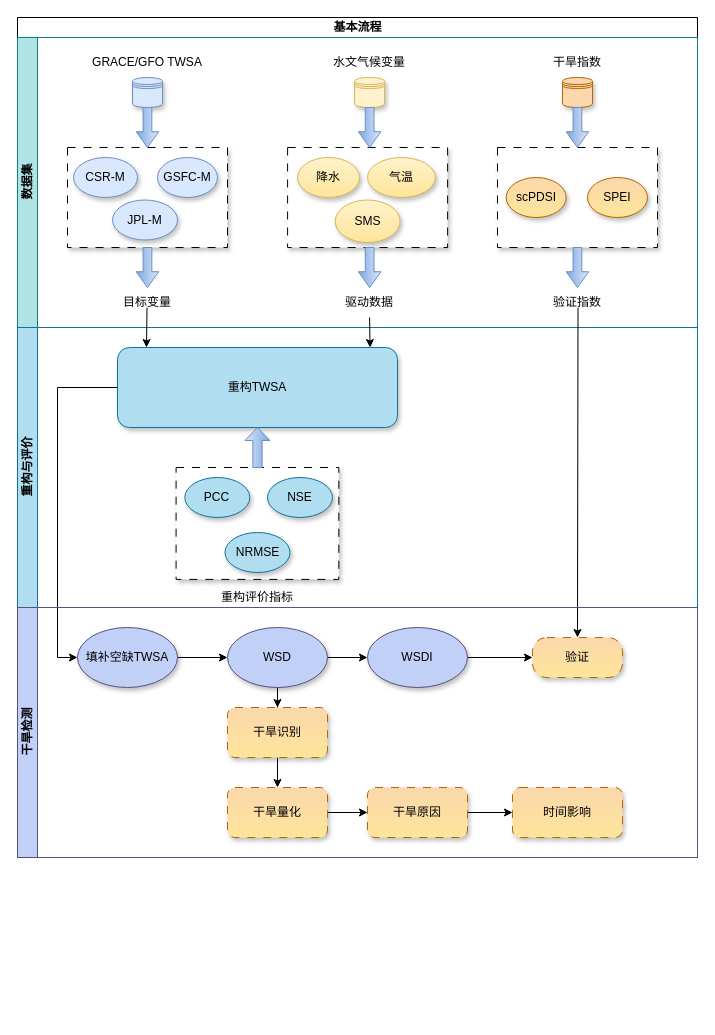
Above: 未命名绘图.drawio in lesmorts/Notes (draw.io), before the change. Source tidied: cells renumbered, new cells numbered last; positions are measured from the earlier drawing's top-left corner, leaving out a move shared by most shapes. Both pictures are drawn from the tidied source at 100%, with x=0, y=0 at pixel (17, 17).
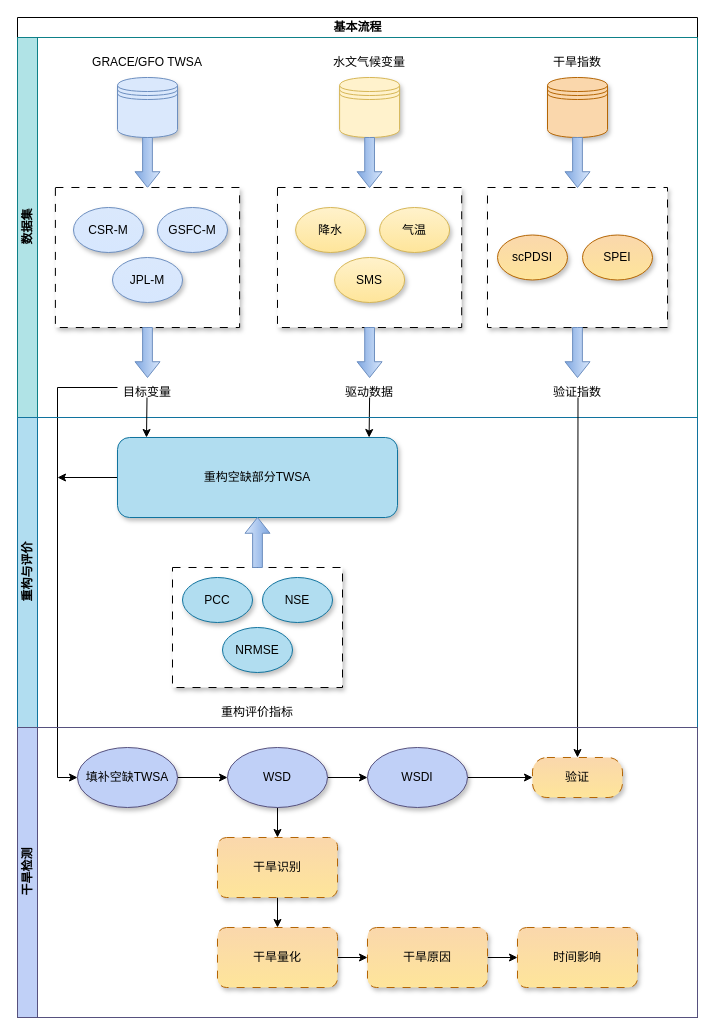
After the change.

Commit message:
已添加 未命名绘图.drawio

The change refers to these unchanged cells:
```xml
<mxCell id="44" value="填补空缺TWSA" style="ellipse;whiteSpace=wrap;html=1;fillColor=#c0d0f7;strokeColor=#56517e;align=center;verticalAlign=middle;fontFamily=Helvetica;fontSize=12;shadow=1;fontStyle=0;fontColor=default;" parent="41" vertex="1">
  <mxGeometry x="60" y="20" width="100" height="60" as="geometry" />
</mxCell>
```

The edit, as a diff of the source:
```diff
@@
     <mxCell id="2" value="基本流程" style="swimlane;horizontal=1;startSize=20;html=1;" parent="1" vertex="1">
-      <mxGeometry width="680" height="840" as="geometry" />
+      <mxGeometry width="680" height="1000" as="geometry" />
     </mxCell>
     <mxCell id="3" value="数据集" style="swimlane;startSize=20;horizontal=0;html=1;swimlaneFillColor=none;fillColor=#b0e3e6;strokeColor=#0e8088;" parent="2" vertex="1">
-      <mxGeometry y="20" width="680" height="290" as="geometry" />
+      <mxGeometry y="20" width="680" height="380" as="geometry" />
     </mxCell>
     <mxCell id="4" style="shape=datastore;whiteSpace=wrap;html=1;fillColor=#dae8fc;strokeColor=#6c8ebf;shadow=1;" parent="3" vertex="1">
-      <mxGeometry x="115" y="40" width="30" height="30" as="geometry" />
+      <mxGeometry x="100" y="40" width="60" height="60" as="geometry" />
     </mxCell>
@@
     <mxCell id="6" style="shape=datastore;whiteSpace=wrap;html=1;fillColor=#fff2cc;strokeColor=#d6b656;shadow=1;" parent="3" vertex="1">
-      <mxGeometry x="337.1" y="40" width="30" height="30" as="geometry" />
+      <mxGeometry x="322.1" y="40" width="60" height="60" as="geometry" />
     </mxCell>
@@
     <mxCell id="8" style="shape=datastore;whiteSpace=wrap;html=1;fillColor=#fad7ac;strokeColor=#b46504;shadow=1;" parent="3" vertex="1">
-      <mxGeometry x="545" y="40" width="30" height="30" as="geometry" />
+      <mxGeometry x="530" y="40" width="60" height="60" as="geometry" />
     </mxCell>
@@
     <mxCell id="10" style="html=1;shadow=0;dashed=0;align=center;verticalAlign=middle;shape=mxgraph.arrows2.arrow;dy=0.61;dx=15.76;direction=south;notch=0;fillColor=#dae8fc;strokeColor=#6c8ebf;gradientColor=#7ea6e0;" parent="3" vertex="1">
-      <mxGeometry x="118.7" y="70" width="22.5" height="40" as="geometry" />
+      <mxGeometry x="117.5" y="100" width="25" height="50" as="geometry" />
     </mxCell>
     <mxCell id="11" style="rounded=0;whiteSpace=wrap;html=1;arcSize=15;glass=0;dashed=1;dashPattern=8 8;shadow=1;" parent="3" vertex="1">
-      <mxGeometry x="50" y="110" width="160" height="100" as="geometry" />
+      <mxGeometry x="37.9" y="150" width="184.2" height="140" as="geometry" />
     </mxCell>
     <mxCell id="12" value="CSR-M" style="ellipse;whiteSpace=wrap;html=1;fillColor=#dae8fc;gradientColor=#d7e7fe;strokeColor=#6c8ebf;align=center;verticalAlign=middle;fontFamily=Helvetica;fontSize=12;fontColor=default;shadow=1;" parent="3" vertex="1">
-      <mxGeometry x="56" y="120" width="64" height="40" as="geometry" />
+      <mxGeometry x="56" y="170" width="70" height="45" as="geometry" />
     </mxCell>
-    <mxCell id="13" value="GSFC-M" style="ellipse;whiteSpace=wrap;html=1;fillColor=#dae8fc;gradientColor=#d7e7fe;strokeColor=#6c8ebf;shadow=1;align=center;verticalAlign=middle;fontFamily=Helvetica;fontSize=12;fontColor=default;" parent="3" vertex="1">
-      <mxGeometry x="140" y="120" width="60" height="40" as="geometry" />
+    <mxCell id="13" value="GSFC-M" style="ellipse;whiteSpace=wrap;html=1;fillColor=#dae8fc;gradientColor=#d7e7fe;strokeColor=#6c8ebf;shadow=1;" parent="3" vertex="1">
+      <mxGeometry x="140" y="170" width="70" height="45" as="geometry" />
     </mxCell>
     <mxCell id="14" value="JPL-M" style="ellipse;whiteSpace=wrap;html=1;gradientColor=#d7e7fe;fillColor=#dae8fc;strokeColor=#6c8ebf;align=center;verticalAlign=middle;fontFamily=Helvetica;fontSize=12;fontColor=default;shadow=1;" parent="3" vertex="1">
-      <mxGeometry x="95" y="162.5" width="65" height="40" as="geometry" />
+      <mxGeometry x="95" y="220" width="70" height="45" as="geometry" />
     </mxCell>
     <mxCell id="15" style="rounded=0;whiteSpace=wrap;html=1;arcSize=15;glass=0;dashed=1;dashPattern=8 8;shadow=1;" parent="3" vertex="1">
-      <mxGeometry x="270.1" y="110" width="160" height="100" as="geometry" />
+      <mxGeometry x="260" y="150" width="184.2" height="140" as="geometry" />
     </mxCell>
     <mxCell id="16" value="降水" style="ellipse;whiteSpace=wrap;html=1;fillColor=#fff2cc;gradientColor=#fee59a;strokeColor=#d6b656;align=center;verticalAlign=middle;fontFamily=Helvetica;fontSize=12;shadow=1;fontColor=default;" parent="3" vertex="1">
-      <mxGeometry x="280.1" y="120" width="61.9" height="40" as="geometry" />
+      <mxGeometry x="278.1" y="170" width="70" height="45" as="geometry" />
     </mxCell>
     <mxCell id="17" value="气温" style="ellipse;whiteSpace=wrap;html=1;fillColor=#fff2cc;gradientColor=#fee59a;strokeColor=#d6b656;shadow=1;align=center;verticalAlign=middle;fontFamily=Helvetica;fontSize=12;fontColor=default;" parent="3" vertex="1">
-      <mxGeometry x="350" y="120" width="67.9" height="40" as="geometry" />
+      <mxGeometry x="362.1" y="170" width="70" height="45" as="geometry" />
     </mxCell>
     <mxCell id="18" value="SMS" style="ellipse;whiteSpace=wrap;html=1;gradientColor=#fee59a;fillColor=#fff2cc;strokeColor=#d6b656;align=center;verticalAlign=middle;fontFamily=Helvetica;fontSize=12;fontColor=default;shadow=1;" parent="3" vertex="1">
-      <mxGeometry x="317.7" y="162.5" width="64.9" height="42.5" as="geometry" />
+      <mxGeometry x="317.1" y="220" width="70" height="45" as="geometry" />
     </mxCell>
     <mxCell id="19" style="rounded=0;whiteSpace=wrap;html=1;arcSize=15;glass=0;dashed=1;dashPattern=8 8;shadow=1;" parent="3" vertex="1">
-      <mxGeometry x="480" y="110" width="160" height="100" as="geometry" />
+      <mxGeometry x="470" y="150" width="180" height="140" as="geometry" />
     </mxCell>
     <mxCell id="20" value="scPDSI" style="ellipse;whiteSpace=wrap;html=1;fillColor=#fad7ac;gradientColor=#fee59a;strokeColor=#b46504;align=center;verticalAlign=middle;fontFamily=Helvetica;fontSize=12;shadow=1;fontColor=default;" parent="3" vertex="1">
-      <mxGeometry x="488.7" y="140" width="60" height="40" as="geometry" />
+      <mxGeometry x="480" y="197.5" width="70" height="45" as="geometry" />
     </mxCell>
     <mxCell id="21" value="SPEI" style="ellipse;whiteSpace=wrap;html=1;gradientColor=#fee59a;fillColor=#fad7ac;strokeColor=#b46504;align=center;verticalAlign=middle;fontFamily=Helvetica;fontSize=12;fontColor=default;shadow=1;" parent="3" vertex="1">
-      <mxGeometry x="570" y="140" width="60" height="40" as="geometry" />
+      <mxGeometry x="565" y="197.5" width="70" height="45" as="geometry" />
     </mxCell>
+    <mxCell id="58" style="html=1;shadow=0;dashed=0;align=center;verticalAlign=middle;shape=mxgraph.arrows2.arrow;dy=0.61;dx=15.76;direction=south;notch=0;fillColor=#dae8fc;strokeColor=#6c8ebf;gradientColor=#7ea6e0;" parent="3" vertex="1">
+      <mxGeometry x="339.6" y="100" width="25" height="50" as="geometry" />
+    </mxCell>
+    <mxCell id="59" style="html=1;shadow=0;dashed=0;align=center;verticalAlign=middle;shape=mxgraph.arrows2.arrow;dy=0.61;dx=15.76;direction=south;notch=0;fillColor=#dae8fc;strokeColor=#6c8ebf;gradientColor=#7ea6e0;" parent="3" vertex="1">
+      <mxGeometry x="547.5" y="100" width="25" height="50" as="geometry" />
+    </mxCell>
+    <mxCell id="60" style="html=1;shadow=0;dashed=0;align=center;verticalAlign=middle;shape=mxgraph.arrows2.arrow;dy=0.61;dx=15.76;direction=south;notch=0;fillColor=#dae8fc;strokeColor=#6c8ebf;gradientColor=#7ea6e0;" parent="3" vertex="1">
+      <mxGeometry x="117.5" y="290" width="25" height="50" as="geometry" />
+    </mxCell>
+    <mxCell id="61" style="html=1;shadow=0;dashed=0;align=center;verticalAlign=middle;shape=mxgraph.arrows2.arrow;dy=0.61;dx=15.76;direction=south;notch=0;fillColor=#dae8fc;strokeColor=#6c8ebf;gradientColor=#7ea6e0;" parent="3" vertex="1">
+      <mxGeometry x="339.6" y="290" width="25" height="50" as="geometry" />
+    </mxCell>
+    <mxCell id="62" style="html=1;shadow=0;dashed=0;align=center;verticalAlign=middle;shape=mxgraph.arrows2.arrow;dy=0.61;dx=15.76;direction=south;notch=0;fillColor=#dae8fc;strokeColor=#6c8ebf;gradientColor=#7ea6e0;" parent="3" vertex="1">
+      <mxGeometry x="547.5" y="290" width="25" height="50" as="geometry" />
+    </mxCell>
     <mxCell id="22" value="目标变量" style="text;html=1;align=center;verticalAlign=middle;whiteSpace=wrap;rounded=0;" parent="3" vertex="1">
-      <mxGeometry x="100" y="250" width="60" height="30" as="geometry" />
+      <mxGeometry x="100" y="340" width="60" height="30" as="geometry" />
     </mxCell>
     <mxCell id="23" value="驱动数据" style="text;html=1;align=center;verticalAlign=middle;whiteSpace=wrap;rounded=0;" parent="3" vertex="1">
-      <mxGeometry x="322.1" y="250" width="60" height="30" as="geometry" />
+      <mxGeometry x="322.1" y="340" width="60" height="30" as="geometry" />
     </mxCell>
     <mxCell id="24" value="验证指数" style="text;html=1;align=center;verticalAlign=middle;whiteSpace=wrap;rounded=0;" parent="3" vertex="1">
-      <mxGeometry x="530" y="250" width="60" height="30" as="geometry" />
+      <mxGeometry x="530" y="340" width="60" height="30" as="geometry" />
     </mxCell>
+    <mxCell id="63" style="endArrow=classic;html=1;rounded=0;" parent="3" edge="1">
+      <mxGeometry relative="1" as="geometry">
+        <mxPoint x="352.1" y="360" as="sourcePoint" />
+        <mxPoint x="351.6" y="400" as="targetPoint" />
+      </mxGeometry>
+    </mxCell>
     <mxCell id="25" style="endArrow=classic;html=1;rounded=0;entryX=0;entryY=0.5;entryDx=0;entryDy=0;" parent="3" edge="1" target="44">
       <mxGeometry relative="1" as="geometry">
         <mxPoint x="100" y="350" as="sourcePoint" />
         <Array as="points">
           <mxPoint x="40" y="350" />
-          <mxPoint x="40" y="620" />
+          <mxPoint x="40" y="740" />
         </Array>
       </mxGeometry>
     </mxCell>
-    <mxCell id="26" style="html=1;shadow=0;dashed=0;align=center;verticalAlign=middle;shape=mxgraph.arrows2.arrow;dy=0.61;dx=15.76;direction=south;notch=0;fillColor=#dae8fc;strokeColor=#6c8ebf;gradientColor=#7ea6e0;" parent="3" vertex="1">
-      <mxGeometry x="340.9" y="70" width="22.5" height="40" as="geometry" />
-    </mxCell>
-    <mxCell id="27" style="html=1;shadow=0;dashed=0;align=center;verticalAlign=middle;shape=mxgraph.arrows2.arrow;dy=0.61;dx=15.76;direction=south;notch=0;fillColor=#dae8fc;strokeColor=#6c8ebf;gradientColor=#7ea6e0;" parent="3" vertex="1">
-      <mxGeometry x="548.7" y="70" width="22.5" height="40" as="geometry" />
-    </mxCell>
-    <mxCell id="28" style="html=1;shadow=0;dashed=0;align=center;verticalAlign=middle;shape=mxgraph.arrows2.arrow;dy=0.61;dx=15.76;direction=south;notch=0;fillColor=#dae8fc;strokeColor=#6c8ebf;gradientColor=#7ea6e0;" parent="3" vertex="1">
-      <mxGeometry x="118.7" y="210" width="22.5" height="40" as="geometry" />
-    </mxCell>
-    <mxCell id="29" style="html=1;shadow=0;dashed=0;align=center;verticalAlign=middle;shape=mxgraph.arrows2.arrow;dy=0.61;dx=15.76;direction=south;notch=0;fillColor=#dae8fc;strokeColor=#6c8ebf;gradientColor=#7ea6e0;" parent="3" vertex="1">
-      <mxGeometry x="340.9" y="210" width="22.5" height="40" as="geometry" />
-    </mxCell>
-    <mxCell id="30" style="html=1;shadow=0;dashed=0;align=center;verticalAlign=middle;shape=mxgraph.arrows2.arrow;dy=0.61;dx=15.76;direction=south;notch=0;fillColor=#dae8fc;strokeColor=#6c8ebf;gradientColor=#7ea6e0;" parent="3" vertex="1">
-      <mxGeometry x="548.7" y="210" width="22.5" height="40" as="geometry" />
-    </mxCell>
     <mxCell id="31" value="重构与评价" style="swimlane;startSize=20;horizontal=0;html=1;swimlaneFillColor=none;fillColor=#b1ddf0;strokeColor=#10739e;rounded=0;arcSize=0;shadow=0;" parent="2" vertex="1">
-      <mxGeometry y="310" width="680" height="280" as="geometry" />
+      <mxGeometry y="400" width="680" height="310" as="geometry" />
     </mxCell>
@@
+    <mxCell id="64" style="edgeStyle=orthogonalEdgeStyle;rounded=0;jettySize=auto;html=1;exitX=0;exitY=0.5;exitDx=0;exitDy=0;" parent="31" edge="1" source="34">
+      <mxGeometry relative="1" as="geometry">
+        <mxPoint x="40" y="60" as="targetPoint" />
+      </mxGeometry>
+    </mxCell>
-    <mxCell id="34" value="重构TWSA" style="rounded=1;whiteSpace=wrap;html=1;shadow=1;glass=0;fillColor=#b1ddf0;strokeColor=#10739e;" parent="31" vertex="1">
+    <mxCell id="34" value="重构空缺部分TWSA" style="rounded=1;whiteSpace=wrap;html=1;shadow=1;glass=0;fillColor=#b1ddf0;strokeColor=#10739e;" parent="31" vertex="1">
       <mxGeometry x="100" y="20" width="280" height="80" as="geometry" />
     </mxCell>
     <mxCell id="35" style="rounded=0;whiteSpace=wrap;html=1;arcSize=15;glass=0;dashed=1;dashPattern=8 8;shadow=1;" parent="31" vertex="1">
-      <mxGeometry x="158.6" y="140" width="162.7" height="111.9" as="geometry" />
+      <mxGeometry x="155" y="150" width="170" height="120" as="geometry" />
     </mxCell>
     <mxCell id="36" value="PCC" style="ellipse;whiteSpace=wrap;html=1;fillColor=#b1ddf0;strokeColor=#10739e;align=center;verticalAlign=middle;fontFamily=Helvetica;fontSize=12;shadow=1;" parent="31" vertex="1">
-      <mxGeometry x="167.3" y="150" width="65" height="40" as="geometry" />
+      <mxGeometry x="165" y="160" width="70" height="45" as="geometry" />
     </mxCell>
     <mxCell id="37" value="NSE" style="ellipse;whiteSpace=wrap;html=1;fillColor=#b1ddf0;strokeColor=#10739e;shadow=1;align=center;verticalAlign=middle;fontFamily=Helvetica;fontSize=12;" parent="31" vertex="1">
-      <mxGeometry x="250" y="150" width="65" height="40" as="geometry" />
+      <mxGeometry x="245" y="160" width="70" height="45" as="geometry" />
     </mxCell>
     <mxCell id="38" value="NRMSE" style="ellipse;whiteSpace=wrap;html=1;fillColor=#b1ddf0;strokeColor=#10739e;align=center;verticalAlign=middle;fontFamily=Helvetica;fontSize=12;shadow=1;" parent="31" vertex="1">
-      <mxGeometry x="207.5" y="205" width="65" height="40" as="geometry" />
+      <mxGeometry x="205" y="210" width="70" height="45" as="geometry" />
     </mxCell>
-    <mxCell id="39" style="html=1;shadow=0;dashed=0;align=center;verticalAlign=middle;shape=mxgraph.arrows2.arrow;dy=0.63;dx=13.02;direction=north;notch=0;fillColor=#dae8fc;strokeColor=#6c8ebf;gradientColor=#7ea6e0;" parent="31" vertex="1">
-      <mxGeometry x="227.5" y="100" width="25" height="40" as="geometry" />
+    <mxCell id="39" style="html=1;shadow=0;dashed=0;align=center;verticalAlign=middle;shape=mxgraph.arrows2.arrow;dy=0.61;dx=15.76;direction=north;notch=0;fillColor=#dae8fc;strokeColor=#6c8ebf;gradientColor=#7ea6e0;" parent="31" vertex="1">
+      <mxGeometry x="227.5" y="100" width="25" height="50" as="geometry" />
     </mxCell>
     <mxCell id="40" value="重构评价指标" style="text;html=1;align=center;verticalAlign=middle;whiteSpace=wrap;rounded=0;" parent="31" vertex="1">
-      <mxGeometry x="195" y="254.5" width="90" height="30" as="geometry" />
+      <mxGeometry x="195" y="280" width="90" height="30" as="geometry" />
     </mxCell>
     <mxCell id="41" value="干旱检测" style="swimlane;startSize=20;horizontal=0;html=1;fillColor=#c0d0f7;strokeColor=#56517e;swimlaneLine=1;" parent="2" vertex="1">
-      <mxGeometry y="590" width="680" height="250" as="geometry" />
+      <mxGeometry y="710" width="680" height="290" as="geometry" />
     </mxCell>
@@
     <mxCell id="51" value="干旱识别" style="rounded=1;whiteSpace=wrap;html=1;fillColor=#fad7ac;strokeColor=#b46504;shadow=1;fontStyle=0;dashed=1;dashPattern=8 8;align=center;verticalAlign=middle;fontFamily=Helvetica;fontSize=12;fontColor=default;gradientColor=#fee59a;" parent="41" vertex="1">
-      <mxGeometry x="210" y="100" width="100" height="50" as="geometry" />
+      <mxGeometry x="200" y="110" width="120" height="60" as="geometry" />
     </mxCell>
@@
     <mxCell id="53" value="干旱量化" style="rounded=1;whiteSpace=wrap;html=1;fillColor=#fad7ac;strokeColor=#b46504;shadow=1;fontStyle=0;dashed=1;align=center;verticalAlign=middle;fontFamily=Helvetica;fontSize=12;fontColor=default;gradientColor=#fee59a;dashPattern=8 8;" parent="41" vertex="1">
-      <mxGeometry x="210" y="180" width="100" height="50" as="geometry" />
+      <mxGeometry x="200" y="200" width="120" height="60" as="geometry" />
     </mxCell>
@@
     <mxCell id="55" value="干旱原因" style="rounded=1;whiteSpace=wrap;html=1;fillColor=#fad7ac;strokeColor=#b46504;shadow=1;fontStyle=0;dashed=1;gradientColor=#fee59a;dashPattern=8 8;" parent="41" vertex="1">
-      <mxGeometry x="350" y="180" width="100" height="50" as="geometry" />
+      <mxGeometry x="350" y="200" width="120" height="60" as="geometry" />
     </mxCell>
     <mxCell id="56" value="时间影响" style="rounded=1;whiteSpace=wrap;html=1;fillColor=#fad7ac;strokeColor=#b46504;shadow=1;fontStyle=0;dashed=1;gradientColor=#fee59a;dashPattern=8 8;" parent="41" vertex="1">
-      <mxGeometry x="495" y="180" width="110" height="50" as="geometry" />
+      <mxGeometry x="500" y="200" width="120" height="60" as="geometry" />
     </mxCell>
-    <mxCell id="57" style="edgeStyle=orthogonalEdgeStyle;rounded=0;jettySize=auto;html=1;exitX=0.5;exitY=1;exitDx=0;exitDy=0;entryX=0.902;entryY=0;entryDx=0;entryDy=0;entryPerimeter=0;" parent="2" edge="1" source="23" target="34">
-      <mxGeometry relative="1" as="geometry" />
-    </mxCell>
```
